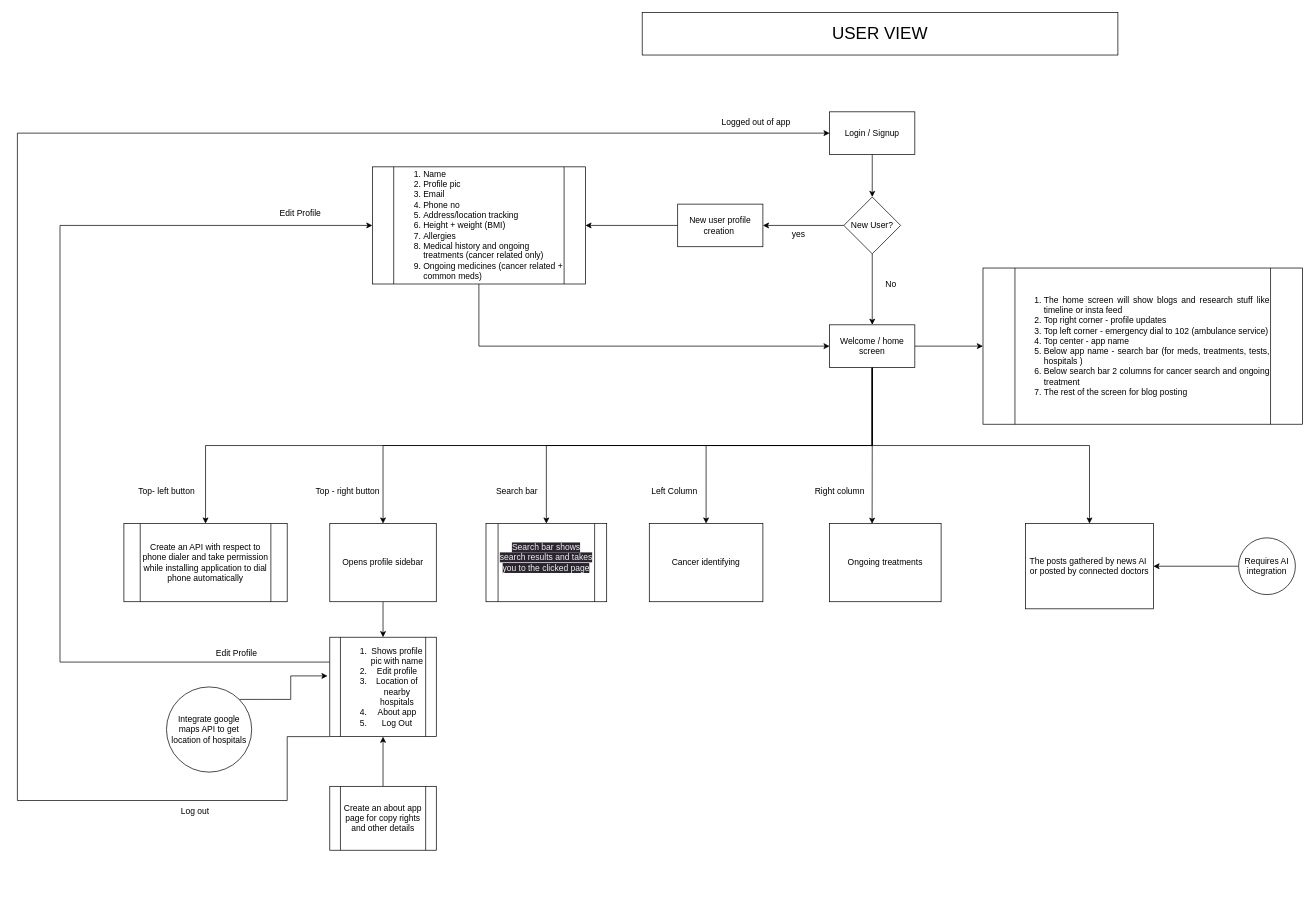
prateek-k-pal/diagrams keeps this draw.io diagram as Untitled Diagram.drawio. Above is the earlier version. Source tidied: cells renumbered, new cells numbered last; positions are measured from the earlier drawing's top-left corner, leaving out a move shared by most shapes. Both pictures are drawn from the tidied source at 71%, with x=0, y=0 at pixel (17, 12).
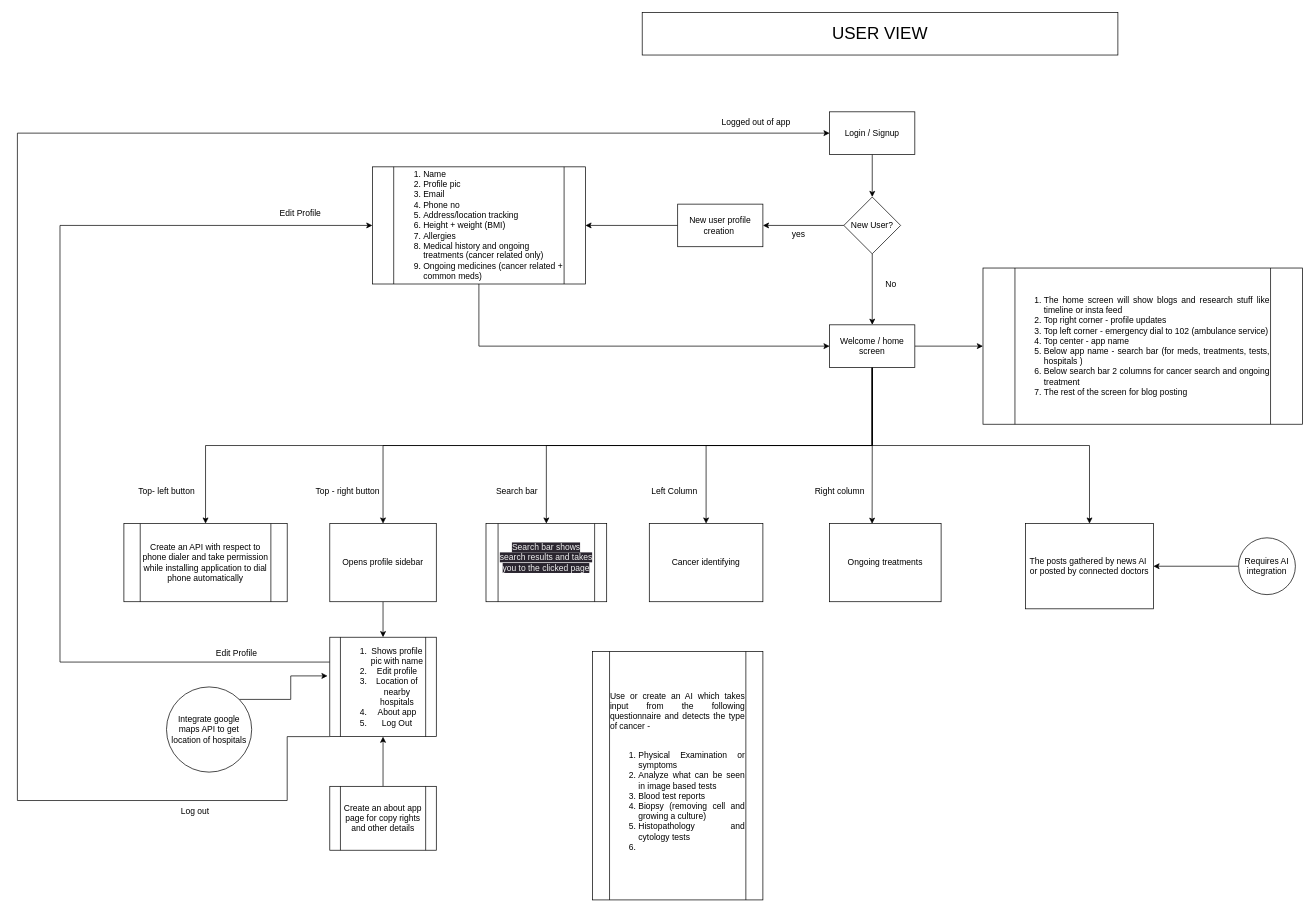
The same diagram, later.

What changed in the source:
```diff
@@
+    <mxCell id="49" value="&lt;div style=&quot;text-align: justify;&quot;&gt;&lt;span style=&quot;background-color: initial;&quot;&gt;Use or create an AI which takes input from the following questionnaire and detects the type of cancer -&amp;nbsp;&lt;/span&gt;&lt;/div&gt;&lt;div style=&quot;text-align: justify;&quot;&gt;&lt;br&gt;&lt;/div&gt;&lt;ol&gt;&lt;li style=&quot;text-align: justify;&quot;&gt;Physical Examination or symptoms&lt;/li&gt;&lt;li style=&quot;text-align: justify;&quot;&gt;Analyze what can be seen in image based tests&lt;/li&gt;&lt;li style=&quot;text-align: justify;&quot;&gt;Blood test reports&lt;/li&gt;&lt;li style=&quot;text-align: justify;&quot;&gt;Biopsy (removing cell and growing a culture)&lt;/li&gt;&lt;li style=&quot;text-align: justify;&quot;&gt;Histopathology and cytology tests&lt;/li&gt;&lt;li style=&quot;text-align: justify;&quot;&gt;&lt;br&gt;&lt;/li&gt;&lt;/ol&gt;" style="shape=process;whiteSpace=wrap;html=1;backgroundOutline=1;" parent="1" vertex="1">
+      <mxGeometry x="810" y="900" width="240" height="350" as="geometry" />
+    </mxCell>
```
